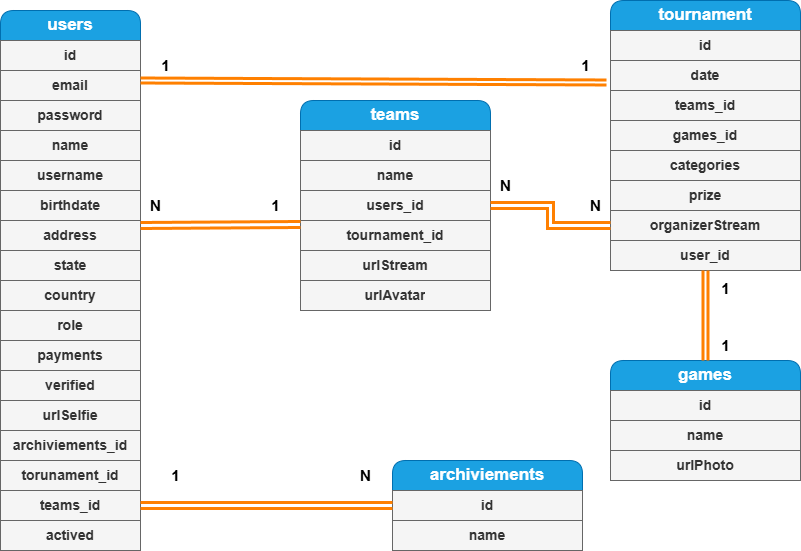
Before: Diagrama Entidad Relaciones Game Stream Tournament.drawio.png, a diagram exported from draw.io (FabricioIrazoqui/DiagramaEntidad-GameStreamTorunament). Source tidied: cells renumbered, new cells last; positions are measured from the earlier drawing's top-left corner, leaving out a move shared by most shapes.
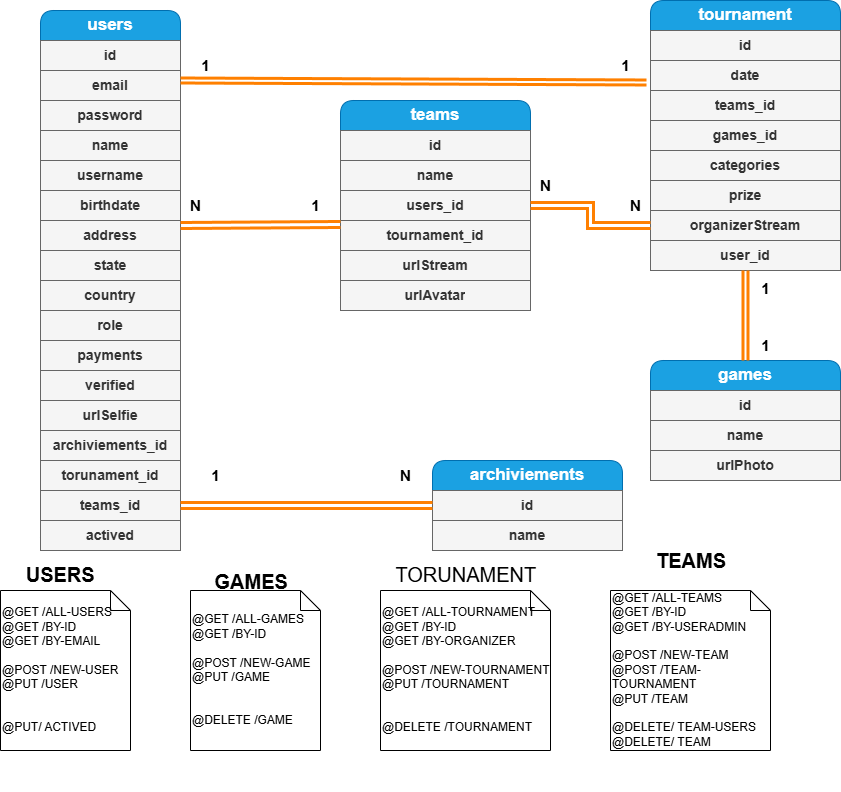
After the commit.

The edit, as a diff of the source:
```diff
@@ -172,5 +172,17 @@
     <mxCell id="57" value="&lt;b style=&quot;font-size: 15px;&quot;&gt;N&lt;/b&gt;" style="text;html=1;align=center;verticalAlign=middle;strokeColor=none;fillColor=none;" parent="1" vertex="1">
       <mxGeometry x="580" y="190" width="30" height="30" as="geometry" />
     </mxCell>
+    <mxCell id="58" value="&lt;div style=&quot;text-align: center; font-size: 20px;&quot;&gt;&lt;b&gt;USERS&lt;/b&gt;&lt;/div&gt;&lt;div style=&quot;text-align: center; font-size: 15px;&quot;&gt;&lt;b&gt;&lt;br&gt;&lt;/b&gt;&lt;/div&gt;@GET /ALL-USERS&lt;br&gt;@GET /BY-ID&lt;br&gt;@GET /BY-EMAIL&lt;div&gt;&lt;br&gt;&lt;/div&gt;&lt;div&gt;@POST /NEW-USER&lt;/div&gt;&lt;div&gt;@PUT /USER&lt;/div&gt;&lt;div&gt;&lt;br&gt;&lt;/div&gt;&lt;div&gt;&lt;br&gt;&lt;/div&gt;&lt;div&gt;@PUT/ ACTIVED&lt;/div&gt;&lt;div&gt;&lt;br&gt;&lt;/div&gt;&lt;div&gt;&lt;br&gt;&lt;div&gt;&lt;br&gt;&lt;/div&gt;&lt;/div&gt;" style="shape=note;size=20;whiteSpace=wrap;html=1;align=left;" parent="1" vertex="1">
+      <mxGeometry x="-40" y="590" width="130" height="160" as="geometry" />
+    </mxCell>
+    <mxCell id="59" value="&lt;div style=&quot;text-align: center; font-size: 20px;&quot;&gt;&lt;b&gt;GAMES&lt;/b&gt;&lt;/div&gt;&lt;div style=&quot;text-align: center; font-size: 15px;&quot;&gt;&lt;b&gt;&lt;br&gt;&lt;/b&gt;&lt;/div&gt;@GET /ALL-GAMES&lt;br&gt;@GET /BY-ID&lt;br&gt;&lt;div&gt;&lt;br&gt;&lt;/div&gt;&lt;div&gt;@POST /NEW-GAME&lt;/div&gt;&lt;div&gt;@PUT /GAME&lt;/div&gt;&lt;div&gt;&lt;br&gt;&lt;/div&gt;&lt;div&gt;&lt;br&gt;&lt;/div&gt;&lt;div&gt;@DELETE /GAME&lt;/div&gt;&lt;div&gt;&lt;br&gt;&lt;/div&gt;&lt;div&gt;&lt;br&gt;&lt;div&gt;&lt;br&gt;&lt;/div&gt;&lt;/div&gt;" style="shape=note;size=20;whiteSpace=wrap;html=1;align=left;" parent="1" vertex="1">
+      <mxGeometry x="150" y="590" width="130" height="160" as="geometry" />
+    </mxCell>
+    <mxCell id="60" value="&lt;div style=&quot;text-align: center; font-size: 20px;&quot;&gt;TORUNAMENT&lt;/div&gt;&lt;div style=&quot;text-align: center; font-size: 15px;&quot;&gt;&lt;b&gt;&lt;br&gt;&lt;/b&gt;&lt;/div&gt;@GET /ALL-TOURNAMENT&lt;br&gt;@GET /BY-ID&lt;br&gt;&lt;div&gt;@GET /BY-ORGANIZER&lt;/div&gt;&lt;div&gt;&lt;br&gt;&lt;/div&gt;&lt;div&gt;@POST /NEW-TOURNAMENT&lt;/div&gt;&lt;div&gt;@PUT /TOURNAMENT&lt;/div&gt;&lt;div&gt;&lt;br&gt;&lt;/div&gt;&lt;div&gt;&lt;br&gt;&lt;/div&gt;&lt;div&gt;@DELETE /TOURNAMENT&lt;span style=&quot;color: rgba(0, 0, 0, 0); font-family: monospace; font-size: 0px; text-wrap: nowrap; background-color: initial;&quot;&gt;%3CmxGraphModel%3E%3Croot%3E%3CmxCell%20id%3D%220%22%2F%3E%3CmxCell%20id%3D%221%22%20parent%3D%220%22%2F%3E%3CmxCell%20id%3D%222%22%20value%3D%22%26lt%3Bdiv%20style%3D%26quot%3Btext-align%3A%20center%3B%20font-size%3A%2020px%3B%26quot%3B%26gt%3B%26lt%3Bb%26gt%3BUSERS%26lt%3B%2Fb%26gt%3B%26lt%3B%2Fdiv%26gt%3B%26lt%3Bdiv%20style%3D%26quot%3Btext-align%3A%20center%3B%20font-size%3A%2015px%3B%26quot%3B%26gt%3B%26lt%3Bb%26gt%3B%26lt%3Bbr%26gt%3B%26lt%3B%2Fb%26gt%3B%26lt%3B%2Fdiv%26gt%3B%40GET%20%2FALL-USERS%26lt%3Bbr%26gt%3B%40GET%20%2FBY-ID%26lt%3Bbr%26gt%3B%40GET%20%2FBY-EMAIL%26lt%3Bdiv%26gt%3B%26lt%3Bbr%26gt%3B%26lt%3B%2Fdiv%26gt%3B%26lt%3Bdiv%26gt%3B%40POST%20%2FNEW-USER%26lt%3B%2Fdiv%26gt%3B%26lt%3Bdiv%26gt%3B%40PUT%20%2FUSER%26lt%3B%2Fdiv%26gt%3B%26lt%3Bdiv%26gt%3B%26lt%3Bbr%26gt%3B%26lt%3B%2Fdiv%26gt%3B%26lt%3Bdiv%26gt%3B%26lt%3Bbr%26gt%3B%26lt%3B%2Fdiv%26gt%3B%26lt%3Bdiv%26gt%3B%40PUT%2F%20ACTIVED%26lt%3B%2Fdiv%26gt%3B%26lt%3Bdiv%26gt%3B%26lt%3Bbr%26gt%3B%26lt%3B%2Fdiv%26gt%3B%26lt%3Bdiv%26gt%3B%26lt%3Bbr%26gt%3B%26lt%3Bdiv%26gt%3B%26lt%3Bbr%26gt%3B%26lt%3B%2Fdiv%26gt%3B%26lt%3B%2Fdiv%26gt%3B%22%20style%3D%22shape%3Dnote%3Bsize%3D20%3BwhiteSpace%3Dwrap%3Bhtml%3D1%3Balign%3Dleft%3B%22%20vertex%3D%221%22%20parent%3D%221%22%3E%3CmxGeometry%20y%3D%22600%22%20width%3D%22130%22%20height%3D%22160%22%20as%3D%22geometry%22%2F%3E%3C%2FmxCell%3E%3C%2Froot%3E%3C%2FmxGraphModel%3E&lt;/span&gt;&lt;/div&gt;&lt;div&gt;&lt;br&gt;&lt;/div&gt;&lt;div&gt;&lt;br&gt;&lt;div&gt;&lt;br&gt;&lt;/div&gt;&lt;/div&gt;" style="shape=note;size=20;whiteSpace=wrap;html=1;align=left;" parent="1" vertex="1">
+      <mxGeometry x="340" y="590" width="170" height="160" as="geometry" />
+    </mxCell>
+    <mxCell id="61" value="&lt;div style=&quot;text-align: center; font-size: 20px;&quot;&gt;&lt;b&gt;TEAMS&lt;/b&gt;&lt;/div&gt;&lt;div style=&quot;text-align: center; font-size: 15px;&quot;&gt;&lt;b&gt;&lt;br&gt;&lt;/b&gt;&lt;/div&gt;@GET /ALL-TEAMS&lt;br&gt;@GET /BY-ID&lt;br&gt;@GET /BY-USERADMIN&lt;div&gt;&lt;br&gt;&lt;/div&gt;&lt;div&gt;@POST /NEW-TEAM&lt;/div&gt;&lt;div&gt;@POST /TEAM-TOURNAMENT&lt;/div&gt;&lt;div&gt;@PUT /TEAM&lt;/div&gt;&lt;div&gt;&lt;br&gt;&lt;/div&gt;&lt;div&gt;@DELETE/ TEAM-USERS&lt;/div&gt;&lt;div&gt;@DELETE/ TEAM&lt;/div&gt;&lt;div&gt;&lt;br&gt;&lt;/div&gt;&lt;div&gt;&lt;br&gt;&lt;div&gt;&lt;br&gt;&lt;/div&gt;&lt;/div&gt;" style="shape=note;size=20;whiteSpace=wrap;html=1;align=left;" parent="1" vertex="1">
+      <mxGeometry x="570" y="590" width="160" height="160" as="geometry" />
+    </mxCell>
   </root>
 </mxGraphModel>
```
